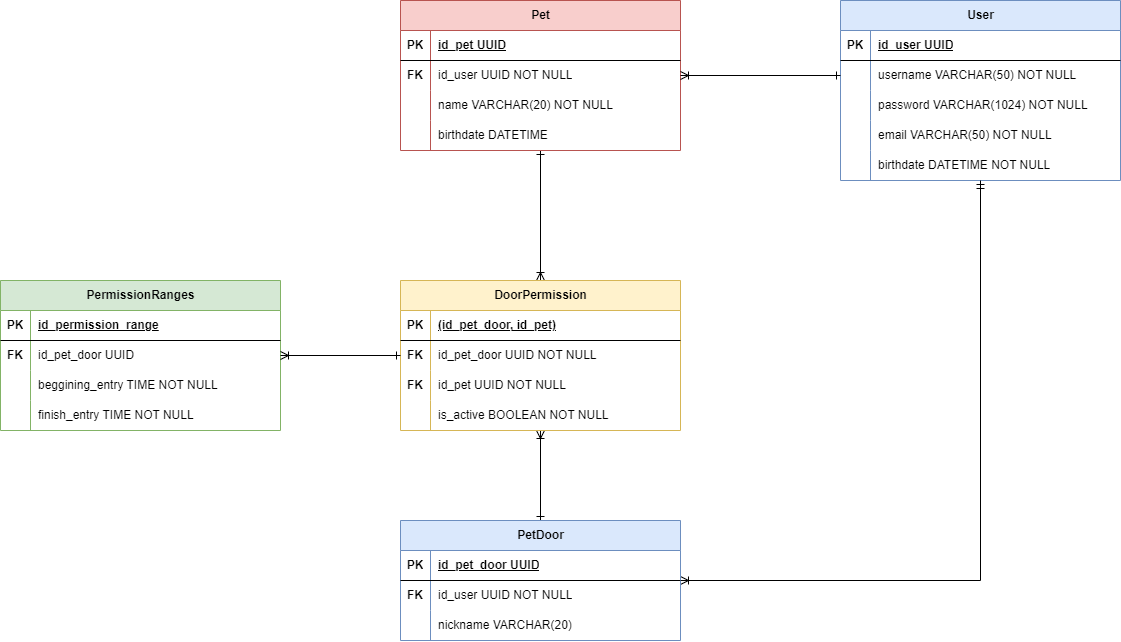
Earlier version of the draw.io export docs/TailTechDB.drawio.png (kau-menezes/TailTech-Server). Source tidied: cells renumbered, new cells last; positions are measured from the earlier drawing's top-left corner, leaving out a move shared by most shapes.
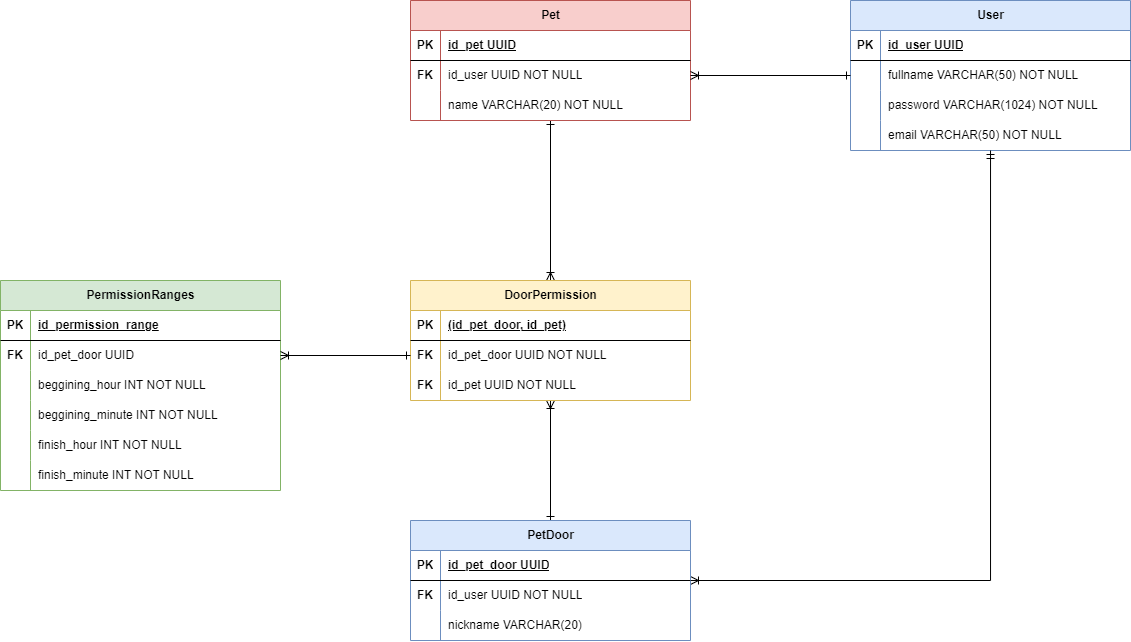
The same diagram one commit later.

Diff of the diagram source:
```diff
@@ -3,7 +3,7 @@
     <mxCell id="0" />
     <mxCell id="1" parent="0" />
     <mxCell id="2" value="User" style="shape=table;startSize=30;rowLines=0;fontStyle=1;align=center;html=1;fillColor=#dae8fc;strokeColor=#6c8ebf;" parent="1" vertex="1">
-      <mxGeometry x="840" width="280" height="180" as="geometry" />
+      <mxGeometry x="840" width="280" height="150" as="geometry" />
     </mxCell>
     <mxCell id="3" style="shape=tableRow;horizontal=0;startSize=0;swimlaneHead=0;swimlaneBody=0;fillColor=none;top=0;left=0;right=0;bottom=1;" parent="2" vertex="1">
       <mxGeometry y="30" width="280" height="30" as="geometry" />
@@ -20,7 +20,7 @@
     <mxCell id="7" style="shape=partialRectangle;fillColor=none;top=0;left=0;bottom=0;right=0;overflow=hidden;whiteSpace=wrap;html=1;" parent="6" vertex="1">
       <mxGeometry width="30" height="30" as="geometry" />
     </mxCell>
-    <mxCell id="8" value="username VARCHAR(50) NOT NULL&amp;nbsp;" style="shape=partialRectangle;fillColor=none;top=0;left=0;bottom=0;right=0;align=left;spacingLeft=6;overflow=hidden;whiteSpace=wrap;html=1;" parent="6" vertex="1">
+    <mxCell id="8" value="fullname VARCHAR(50) NOT NULL&amp;nbsp;" style="shape=partialRectangle;fillColor=none;top=0;left=0;bottom=0;right=0;align=left;spacingLeft=6;overflow=hidden;whiteSpace=wrap;html=1;" parent="6" vertex="1">
       <mxGeometry x="30" width="250" height="30" as="geometry" />
     </mxCell>
     <mxCell id="9" style="shape=tableRow;horizontal=0;startSize=0;swimlaneHead=0;swimlaneBody=0;fillColor=none;top=0;left=0;right=0;bottom=0;" parent="2" vertex="1">
@@ -41,20 +41,11 @@
     <mxCell id="14" value="email VARCHAR(50) NOT NULL" style="shape=partialRectangle;fillColor=none;top=0;left=0;bottom=0;right=0;align=left;spacingLeft=6;overflow=hidden;whiteSpace=wrap;html=1;" parent="12" vertex="1">
       <mxGeometry x="30" width="250" height="30" as="geometry" />
     </mxCell>
-    <mxCell id="15" style="shape=tableRow;horizontal=0;startSize=0;swimlaneHead=0;swimlaneBody=0;fillColor=none;top=0;left=0;right=0;bottom=0;" parent="2" vertex="1">
-      <mxGeometry y="150" width="280" height="30" as="geometry" />
-    </mxCell>
-    <mxCell id="16" style="shape=partialRectangle;fillColor=none;top=0;left=0;bottom=0;right=0;overflow=hidden;whiteSpace=wrap;html=1;" parent="15" vertex="1">
-      <mxGeometry width="30" height="30" as="geometry" />
-    </mxCell>
-    <mxCell id="17" value="birthdate DATETIME NOT NULL" style="shape=partialRectangle;fillColor=none;top=0;left=0;bottom=0;right=0;align=left;spacingLeft=6;overflow=hidden;whiteSpace=wrap;html=1;" parent="15" vertex="1">
-      <mxGeometry x="30" width="250" height="30" as="geometry" />
-    </mxCell>
     <mxCell id="18" style="edgeStyle=orthogonalEdgeStyle;rounded=0;jettySize=auto;html=1;endArrow=ERoneToMany;endFill=0;startArrow=ERone;startFill=0;" parent="1" edge="1" source="19" target="44">
       <mxGeometry relative="1" as="geometry" />
     </mxCell>
     <mxCell id="19" value="Pet" style="shape=table;startSize=30;rowLines=0;fontStyle=1;align=center;html=1;fillColor=#f8cecc;strokeColor=#b85450;" parent="1" vertex="1">
-      <mxGeometry x="400" width="280" height="150" as="geometry" />
+      <mxGeometry x="400" width="280" height="120" as="geometry" />
     </mxCell>
     <mxCell id="20" style="shape=tableRow;horizontal=0;startSize=0;swimlaneHead=0;swimlaneBody=0;fillColor=none;top=0;left=0;right=0;bottom=1;" parent="19" vertex="1">
       <mxGeometry y="30" width="280" height="30" as="geometry" />
@@ -83,15 +74,6 @@
     <mxCell id="28" value="name VARCHAR(20) NOT NULL" style="shape=partialRectangle;fillColor=none;top=0;left=0;bottom=0;right=0;align=left;spacingLeft=6;overflow=hidden;whiteSpace=wrap;html=1;" parent="26" vertex="1">
       <mxGeometry x="30" width="250" height="30" as="geometry" />
     </mxCell>
-    <mxCell id="29" style="shape=tableRow;horizontal=0;startSize=0;swimlaneHead=0;swimlaneBody=0;fillColor=none;top=0;left=0;right=0;bottom=0;" parent="19" vertex="1">
-      <mxGeometry y="120" width="280" height="30" as="geometry" />
-    </mxCell>
-    <mxCell id="30" style="shape=partialRectangle;fillColor=none;top=0;left=0;bottom=0;right=0;overflow=hidden;whiteSpace=wrap;html=1;" parent="29" vertex="1">
-      <mxGeometry width="30" height="30" as="geometry" />
-    </mxCell>
-    <mxCell id="31" value="birthdate DATETIME" style="shape=partialRectangle;fillColor=none;top=0;left=0;bottom=0;right=0;align=left;spacingLeft=6;overflow=hidden;whiteSpace=wrap;html=1;" parent="29" vertex="1">
-      <mxGeometry x="30" width="250" height="30" as="geometry" />
-    </mxCell>
     <mxCell id="32" style="edgeStyle=orthogonalEdgeStyle;rounded=0;jettySize=auto;html=1;exitX=0.5;exitY=0;exitDx=0;exitDy=0;endArrow=ERoneToMany;endFill=0;startArrow=ERone;startFill=0;" parent="1" edge="1" source="34" target="44">
       <mxGeometry relative="1" as="geometry" />
     </mxCell>
@@ -129,7 +111,7 @@
       <mxGeometry x="30" width="250" height="30" as="geometry" />
     </mxCell>
     <mxCell id="44" value="DoorPermission" style="shape=table;startSize=30;rowLines=0;fontStyle=1;align=center;html=1;fillColor=#fff2cc;strokeColor=#d6b656;" parent="1" vertex="1">
-      <mxGeometry x="400" y="280" width="280" height="150" as="geometry" />
+      <mxGeometry x="400" y="280" width="280" height="120" as="geometry" />
     </mxCell>
     <mxCell id="45" style="shape=tableRow;horizontal=0;startSize=0;swimlaneHead=0;swimlaneBody=0;fillColor=none;top=0;left=0;right=0;bottom=1;" parent="44" vertex="1">
       <mxGeometry y="30" width="280" height="30" as="geometry" />
@@ -158,17 +140,8 @@
     <mxCell id="53" value="id_pet UUID NOT NULL" style="shape=partialRectangle;fillColor=none;top=0;left=0;bottom=0;right=0;align=left;spacingLeft=6;overflow=hidden;whiteSpace=wrap;html=1;" parent="51" vertex="1">
       <mxGeometry x="30" width="250" height="30" as="geometry" />
     </mxCell>
-    <mxCell id="54" style="shape=tableRow;horizontal=0;startSize=0;swimlaneHead=0;swimlaneBody=0;fillColor=none;top=0;left=0;right=0;bottom=0;" parent="44" vertex="1">
-      <mxGeometry y="120" width="280" height="30" as="geometry" />
-    </mxCell>
-    <mxCell id="55" style="shape=partialRectangle;fillColor=none;top=0;left=0;bottom=0;right=0;overflow=hidden;whiteSpace=wrap;html=1;" parent="54" vertex="1">
-      <mxGeometry width="30" height="30" as="geometry" />
-    </mxCell>
-    <mxCell id="56" value="is_active&lt;span style=&quot;background-color: initial;&quot;&gt;&amp;nbsp;BOOLEAN NOT NULL&lt;/span&gt;" style="shape=partialRectangle;fillColor=none;top=0;left=0;bottom=0;right=0;align=left;spacingLeft=6;overflow=hidden;whiteSpace=wrap;html=1;" parent="54" vertex="1">
-      <mxGeometry x="30" width="250" height="30" as="geometry" />
-    </mxCell>
     <mxCell id="57" value="PermissionRanges" style="shape=table;startSize=30;rowLines=0;fontStyle=1;align=center;html=1;fillColor=#d5e8d4;strokeColor=#82b366;" parent="1" vertex="1">
-      <mxGeometry y="280" width="280" height="150" as="geometry" />
+      <mxGeometry x="-10" y="280" width="280" height="210" as="geometry" />
     </mxCell>
     <mxCell id="58" style="shape=tableRow;horizontal=0;startSize=0;swimlaneHead=0;swimlaneBody=0;fillColor=none;top=0;left=0;right=0;bottom=1;" parent="57" vertex="1">
       <mxGeometry y="30" width="280" height="30" as="geometry" />
@@ -194,18 +167,36 @@
     <mxCell id="65" style="shape=partialRectangle;fillColor=none;top=0;left=0;bottom=0;right=0;overflow=hidden;whiteSpace=wrap;html=1;" parent="64" vertex="1">
       <mxGeometry width="30" height="30" as="geometry" />
     </mxCell>
-    <mxCell id="66" value="beggining_entry TIME NOT NULL" style="shape=partialRectangle;fillColor=none;top=0;left=0;bottom=0;right=0;align=left;spacingLeft=6;overflow=hidden;whiteSpace=wrap;html=1;" parent="64" vertex="1">
+    <mxCell id="66" value="beggining_hour INT NOT NULL" style="shape=partialRectangle;fillColor=none;top=0;left=0;bottom=0;right=0;align=left;spacingLeft=6;overflow=hidden;whiteSpace=wrap;html=1;" parent="64" vertex="1">
       <mxGeometry x="30" width="250" height="30" as="geometry" />
     </mxCell>
+    <mxCell id="72" style="shape=tableRow;horizontal=0;startSize=0;swimlaneHead=0;swimlaneBody=0;fillColor=none;top=0;left=0;right=0;bottom=0;" parent="57" vertex="1">
+      <mxGeometry y="120" width="280" height="30" as="geometry" />
+    </mxCell>
+    <mxCell id="73" style="shape=partialRectangle;fillColor=none;top=0;left=0;bottom=0;right=0;overflow=hidden;whiteSpace=wrap;html=1;" parent="72" vertex="1">
+      <mxGeometry width="30" height="30" as="geometry" />
+    </mxCell>
+    <mxCell id="74" value="beggining_minute INT NOT NULL" style="shape=partialRectangle;fillColor=none;top=0;left=0;bottom=0;right=0;align=left;spacingLeft=6;overflow=hidden;whiteSpace=wrap;html=1;" parent="72" vertex="1">
+      <mxGeometry x="30" width="250" height="30" as="geometry" />
+    </mxCell>
     <mxCell id="67" style="shape=tableRow;horizontal=0;startSize=0;swimlaneHead=0;swimlaneBody=0;fillColor=none;top=0;left=0;right=0;bottom=0;" parent="57" vertex="1">
-      <mxGeometry y="120" width="280" height="30" as="geometry" />
+      <mxGeometry y="150" width="280" height="30" as="geometry" />
     </mxCell>
     <mxCell id="68" style="shape=partialRectangle;fillColor=none;top=0;left=0;bottom=0;right=0;overflow=hidden;whiteSpace=wrap;html=1;" parent="67" vertex="1">
       <mxGeometry width="30" height="30" as="geometry" />
     </mxCell>
-    <mxCell id="69" value="finish_entry TIME NOT NULL" style="shape=partialRectangle;fillColor=none;top=0;left=0;bottom=0;right=0;align=left;spacingLeft=6;overflow=hidden;whiteSpace=wrap;html=1;" parent="67" vertex="1">
+    <mxCell id="69" value="finish_hour INT NOT NULL" style="shape=partialRectangle;fillColor=none;top=0;left=0;bottom=0;right=0;align=left;spacingLeft=6;overflow=hidden;whiteSpace=wrap;html=1;" parent="67" vertex="1">
       <mxGeometry x="30" width="250" height="30" as="geometry" />
     </mxCell>
+    <mxCell id="75" style="shape=tableRow;horizontal=0;startSize=0;swimlaneHead=0;swimlaneBody=0;fillColor=none;top=0;left=0;right=0;bottom=0;" parent="57" vertex="1">
+      <mxGeometry y="180" width="280" height="30" as="geometry" />
+    </mxCell>
+    <mxCell id="76" style="shape=partialRectangle;fillColor=none;top=0;left=0;bottom=0;right=0;overflow=hidden;whiteSpace=wrap;html=1;" parent="75" vertex="1">
+      <mxGeometry width="30" height="30" as="geometry" />
+    </mxCell>
+    <mxCell id="77" value="finish_minute INT NOT NULL" style="shape=partialRectangle;fillColor=none;top=0;left=0;bottom=0;right=0;align=left;spacingLeft=6;overflow=hidden;whiteSpace=wrap;html=1;" parent="75" vertex="1">
+      <mxGeometry x="30" width="250" height="30" as="geometry" />
+    </mxCell>
     <mxCell id="70" style="edgeStyle=orthogonalEdgeStyle;rounded=0;jettySize=auto;html=1;exitX=0;exitY=0.5;exitDx=0;exitDy=0;entryX=1;entryY=0.5;entryDx=0;entryDy=0;endArrow=ERoneToMany;endFill=0;startArrow=ERone;startFill=0;" parent="1" edge="1" source="48" target="61">
       <mxGeometry relative="1" as="geometry" />
     </mxCell>
```
